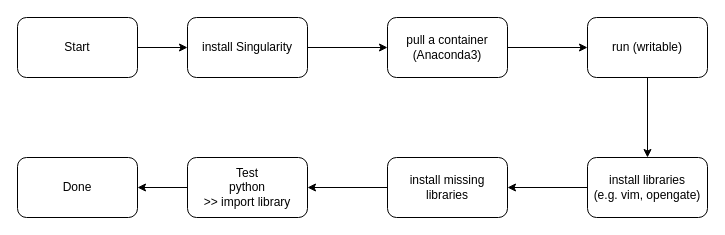
This is page "install singularity" (1 of 3) of Fig_CS/Figuure-Factory.drawio from jizhang02/Figure-Factory, a draw.io file, before an edit. Source tidied: cells renumbered, new cells numbered last; positions are measured from the earlier drawing's top-left corner, leaving out a move shared by most shapes. Both pictures are drawn from the tidied source at 100%, with x=0, y=0 at pixel (17, 17).
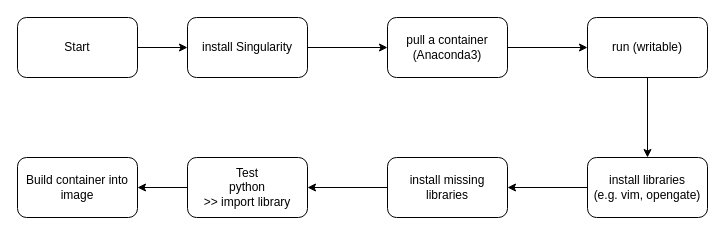
After the change.

Diff of the diagram source:
```diff
@@
 <mxGraphModel>
   <root>
     <mxCell id="0" />
     <mxCell id="1" parent="0" />
     <mxCell id="2" style="edgeStyle=orthogonalEdgeStyle;rounded=0;jettySize=auto;html=1;" parent="1" edge="1" source="3" target="5">
       <mxGeometry relative="1" as="geometry" />
     </mxCell>
     <mxCell id="3" value="install Singularity" style="rounded=1;whiteSpace=wrap;html=1;" parent="1" vertex="1">
       <mxGeometry x="170" width="120" height="60" as="geometry" />
     </mxCell>
     <mxCell id="4" style="edgeStyle=orthogonalEdgeStyle;rounded=0;jettySize=auto;html=1;" parent="1" edge="1" source="5" target="7">
       <mxGeometry relative="1" as="geometry" />
     </mxCell>
     <mxCell id="5" value="pull a container&lt;br&gt;(Anaconda3)" style="rounded=1;whiteSpace=wrap;html=1;" parent="1" vertex="1">
       <mxGeometry x="370" width="120" height="60" as="geometry" />
     </mxCell>
     <mxCell id="6" style="edgeStyle=orthogonalEdgeStyle;rounded=0;jettySize=auto;html=1;" parent="1" edge="1" source="7" target="9">
       <mxGeometry relative="1" as="geometry" />
     </mxCell>
     <mxCell id="7" value="run (writable)" style="rounded=1;whiteSpace=wrap;html=1;" parent="1" vertex="1">
       <mxGeometry x="570" width="120" height="60" as="geometry" />
     </mxCell>
     <mxCell id="8" style="edgeStyle=orthogonalEdgeStyle;rounded=0;jettySize=auto;html=1;" parent="1" edge="1" source="9" target="11">
       <mxGeometry relative="1" as="geometry" />
     </mxCell>
     <mxCell id="9" value="install libraries&lt;br&gt;(e.g. vim, opengate)" style="rounded=1;whiteSpace=wrap;html=1;" parent="1" vertex="1">
       <mxGeometry x="570" y="140" width="120" height="60" as="geometry" />
     </mxCell>
     <mxCell id="10" style="edgeStyle=orthogonalEdgeStyle;rounded=0;jettySize=auto;html=1;" parent="1" edge="1" source="11" target="13">
       <mxGeometry relative="1" as="geometry" />
     </mxCell>
     <mxCell id="11" value="install missing libraries" style="rounded=1;whiteSpace=wrap;html=1;" parent="1" vertex="1">
       <mxGeometry x="370" y="140" width="120" height="60" as="geometry" />
     </mxCell>
     <mxCell id="12" style="edgeStyle=orthogonalEdgeStyle;rounded=0;jettySize=auto;html=1;" parent="1" edge="1" source="13" target="14">
       <mxGeometry relative="1" as="geometry" />
     </mxCell>
     <mxCell id="13" value="Test&lt;br&gt;python&lt;br&gt;&amp;gt;&amp;gt; import library" style="whiteSpace=wrap;html=1;rounded=1;" parent="1" vertex="1">
       <mxGeometry x="170" y="140" width="120" height="60" as="geometry" />
     </mxCell>
-    <mxCell id="14" value="Done" style="whiteSpace=wrap;html=1;rounded=1;" parent="1" vertex="1">
+    <mxCell id="14" value="Build container into image" style="whiteSpace=wrap;html=1;rounded=1;" parent="1" vertex="1">
       <mxGeometry y="140" width="120" height="60" as="geometry" />
     </mxCell>
     <mxCell id="15" style="edgeStyle=orthogonalEdgeStyle;rounded=0;jettySize=auto;html=1;" parent="1" edge="1" source="16" target="3">
       <mxGeometry relative="1" as="geometry" />
     </mxCell>
     <mxCell id="16" value="Start" style="whiteSpace=wrap;html=1;rounded=1;" parent="1" vertex="1">
       <mxGeometry width="120" height="60" as="geometry" />
     </mxCell>
   </root>
 </mxGraphModel>
```
